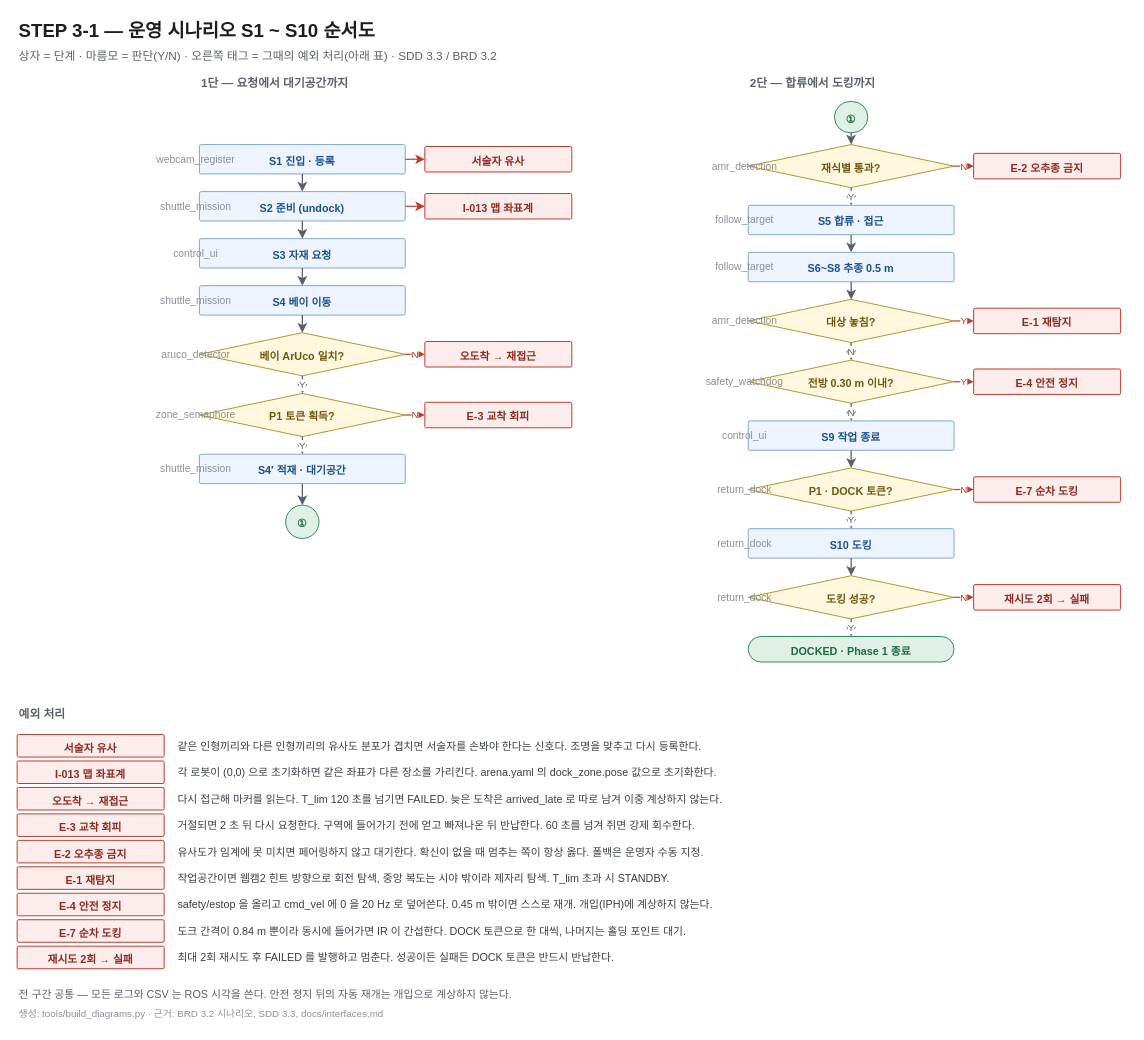
Before: page "STEP3 시나리오" (3 of 4) of docs/diagrams/mro_design_diagrams.drawio in Jik-Kim/mro-multi-amr, a draw.io diagram. Source tidied: cells renumbered, new cells numbered last; positions are measured from the earlier drawing's top-left corner, leaving out a move shared by most shapes. Both pictures are drawn from the tidied source at 98%, with x=0, y=0 at pixel (17, 17).
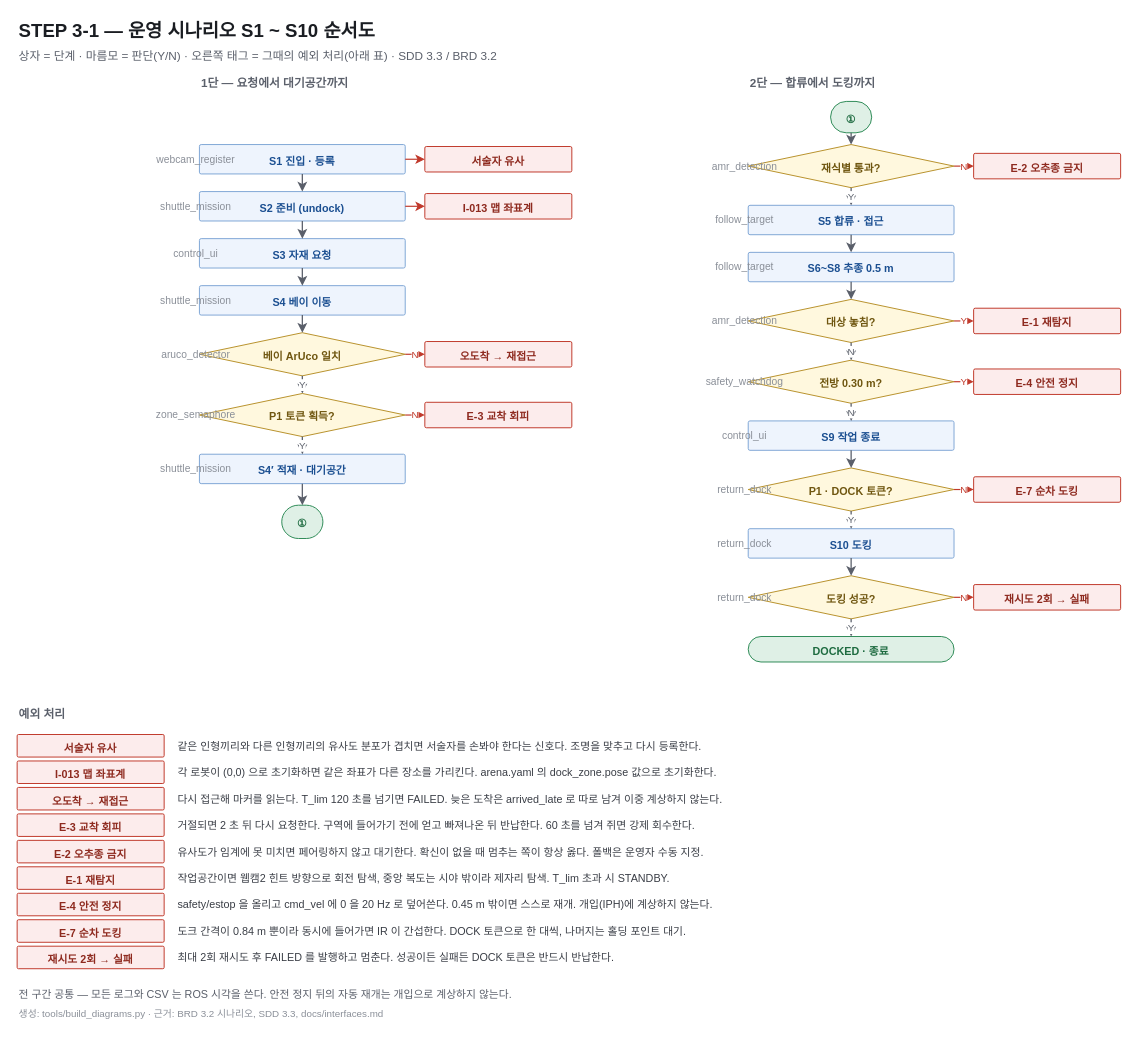
The same diagram, later.

Change to the diagram source:
```diff
@@
-    <mxCell id="10" value="&lt;b&gt;&lt;font color=&quot;#6F5610&quot;&gt;베이 ArUco 일치?&lt;/font&gt;&lt;/b&gt;" style="rhombus;whiteSpace=wrap;html=1;fillColor=#FFF8DE;strokeColor=#B8912B;align=center;verticalAlign=middle;spacingTop=4;fontFamily=Noto Sans KR;fontSize=11;dashed=0;" parent="1" vertex="1">
+    <mxCell id="10" value="&lt;b&gt;&lt;font color=&quot;#6F5610&quot;&gt;베이 ArUco 일치&lt;/font&gt;&lt;/b&gt;" style="rhombus;whiteSpace=wrap;html=1;fillColor=#FFF8DE;strokeColor=#B8912B;align=center;verticalAlign=middle;spacingTop=4;fontFamily=Noto Sans KR;fontSize=11;dashed=0;" parent="1" vertex="1">
       <mxGeometry x="186" y="322" width="210" height="44" as="geometry" />
     </mxCell>
@@
     <mxCell id="15" value="&lt;b&gt;&lt;font color=&quot;#1E6B40&quot;&gt;①&lt;/font&gt;&lt;/b&gt;" style="rounded=1;arcSize=50;whiteSpace=wrap;html=1;fillColor=#DFF0E6;strokeColor=#2E8B57;align=center;verticalAlign=middle;spacingTop=4;fontFamily=Noto Sans KR;fontSize=11;dashed=0;" parent="1" vertex="1">
-      <mxGeometry x="274" y="498" width="34" height="34" as="geometry" />
+      <mxGeometry x="270" y="498" width="42" height="34" as="geometry" />
     </mxCell>
     <mxCell id="16" value="&lt;b&gt;&lt;font color=&quot;#1E6B40&quot;&gt;①&lt;/font&gt;&lt;/b&gt;" style="rounded=1;arcSize=50;whiteSpace=wrap;html=1;fillColor=#DFF0E6;strokeColor=#2E8B57;align=center;verticalAlign=middle;spacingTop=4;fontFamily=Noto Sans KR;fontSize=11;dashed=0;" parent="1" vertex="1">
-      <mxGeometry x="834" y="86" width="34" height="32" as="geometry" />
+      <mxGeometry x="830" y="86" width="42" height="32" as="geometry" />
     </mxCell>
@@
-    <mxCell id="23" value="&lt;b&gt;&lt;font color=&quot;#6F5610&quot;&gt;전방 0.30 m 이내?&lt;/font&gt;&lt;/b&gt;" style="rhombus;whiteSpace=wrap;html=1;fillColor=#FFF8DE;strokeColor=#B8912B;align=center;verticalAlign=middle;spacingTop=4;fontFamily=Noto Sans KR;fontSize=11;dashed=0;" parent="1" vertex="1">
+    <mxCell id="23" value="&lt;b&gt;&lt;font color=&quot;#6F5610&quot;&gt;전방 0.30 m?&lt;/font&gt;&lt;/b&gt;" style="rhombus;whiteSpace=wrap;html=1;fillColor=#FFF8DE;strokeColor=#B8912B;align=center;verticalAlign=middle;spacingTop=4;fontFamily=Noto Sans KR;fontSize=11;dashed=0;" parent="1" vertex="1">
       <mxGeometry x="746" y="350" width="210" height="44" as="geometry" />
     </mxCell>
@@
-    <mxCell id="31" value="&lt;b&gt;&lt;font color=&quot;#1E6B40&quot;&gt;DOCKED  ·  Phase 1 종료&lt;/font&gt;&lt;/b&gt;" style="rounded=1;arcSize=50;whiteSpace=wrap;html=1;fillColor=#DFF0E6;strokeColor=#2E8B57;align=center;verticalAlign=middle;spacingTop=4;fontFamily=Noto Sans KR;fontSize=11;dashed=0;" parent="1" vertex="1">
+    <mxCell id="31" value="&lt;b&gt;&lt;font color=&quot;#1E6B40&quot;&gt;DOCKED · 종료&lt;/font&gt;&lt;/b&gt;" style="rounded=1;arcSize=50;whiteSpace=wrap;html=1;fillColor=#DFF0E6;strokeColor=#2E8B57;align=center;verticalAlign=middle;spacingTop=4;fontFamily=Noto Sans KR;fontSize=11;dashed=0;" parent="1" vertex="1">
       <mxGeometry x="746" y="632" width="210" height="26" as="geometry" />
     </mxCell>
```
